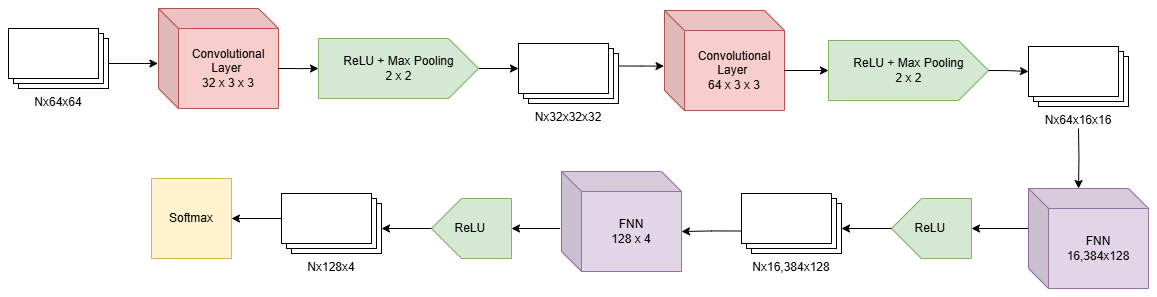
Before: App/Pictures For Report/brain_predictor.drawio.png, a diagram exported from draw.io (cagintunc/HealthcareApp). Source tidied: cells renumbered, new cells last; positions are measured from the earlier drawing's top-left corner, leaving out a move shared by most shapes. The source it was exported from:
```xml
<mxGraphModel>
  <root>
    <mxCell id="0" />
    <mxCell id="1" parent="0" />
    <mxCell id="2" value="Nx64x64" style="verticalLabelPosition=bottom;verticalAlign=top;html=1;shape=mxgraph.basic.layered_rect;dx=10;outlineConnect=0;whiteSpace=wrap;" parent="1" vertex="1">
      <mxGeometry y="20" width="100" height="60" as="geometry" />
    </mxCell>
    <mxCell id="3" value="Convolutional Layer&amp;nbsp;&lt;div&gt;32 x 3 x 3&lt;/div&gt;" style="shape=cube;whiteSpace=wrap;html=1;boundedLbl=1;backgroundOutline=1;darkOpacity=0.05;darkOpacity2=0.1;fillColor=#f8cecc;strokeColor=#b85450;" parent="1" vertex="1">
      <mxGeometry x="150" width="120" height="100" as="geometry" />
    </mxCell>
    <mxCell id="4" value="Convolutional Layer&amp;nbsp;&lt;div&gt;64 x 3 x 3&lt;/div&gt;" style="shape=cube;whiteSpace=wrap;html=1;boundedLbl=1;backgroundOutline=1;darkOpacity=0.05;darkOpacity2=0.1;fillColor=#f8cecc;strokeColor=#b85450;" parent="1" vertex="1">
      <mxGeometry x="656" y="2" width="120" height="100" as="geometry" />
    </mxCell>
    <mxCell id="5" style="edgeStyle=orthogonalEdgeStyle;rounded=0;jettySize=auto;html=1;exitX=1;exitY=0.5;exitDx=0;exitDy=0;exitPerimeter=0;entryX=0;entryY=0;entryDx=0;entryDy=25.000000000000004;entryPerimeter=0;" parent="1" edge="1" source="6" target="9">
      <mxGeometry relative="1" as="geometry" />
    </mxCell>
    <mxCell id="6" value="ReLU + Max Pooling&lt;br&gt;&lt;div&gt;2 x 2&lt;/div&gt;" style="html=1;shadow=0;dashed=0;align=center;verticalAlign=middle;shape=mxgraph.arrows2.arrow;dy=0;dx=30;notch=0;fillColor=#d5e8d4;strokeColor=#82b366;" parent="1" vertex="1">
      <mxGeometry x="310" y="30" width="160" height="60" as="geometry" />
    </mxCell>
    <mxCell id="7" style="edgeStyle=orthogonalEdgeStyle;rounded=0;jettySize=auto;html=1;exitX=0;exitY=0;exitDx=100;exitDy=35;exitPerimeter=0;entryX=-0.005;entryY=0.55;entryDx=0;entryDy=0;entryPerimeter=0;" parent="1" edge="1" source="2" target="3">
      <mxGeometry relative="1" as="geometry" />
    </mxCell>
    <mxCell id="8" style="edgeStyle=orthogonalEdgeStyle;rounded=0;jettySize=auto;html=1;exitX=0;exitY=0;exitDx=120.00000000000001;exitDy=60;exitPerimeter=0;entryX=0;entryY=0.5;entryDx=0;entryDy=0;entryPerimeter=0;" parent="1" edge="1" source="3">
      <mxGeometry relative="1" as="geometry">
        <mxPoint x="310" y="60" as="targetPoint" />
      </mxGeometry>
    </mxCell>
    <mxCell id="9" value="Nx32x32x32" style="verticalLabelPosition=bottom;verticalAlign=top;html=1;shape=mxgraph.basic.layered_rect;dx=10;outlineConnect=0;whiteSpace=wrap;" parent="1" vertex="1">
      <mxGeometry x="510" y="35" width="100" height="60" as="geometry" />
    </mxCell>
    <mxCell id="10" style="edgeStyle=orthogonalEdgeStyle;rounded=0;jettySize=auto;html=1;exitX=0;exitY=0;exitDx=100;exitDy=22.5;exitPerimeter=0;entryX=-0.004;entryY=0.556;entryDx=0;entryDy=0;entryPerimeter=0;" parent="1" edge="1" source="9" target="4">
      <mxGeometry relative="1" as="geometry" />
    </mxCell>
    <mxCell id="11" value="ReLU + Max Pooling&lt;br&gt;&lt;div&gt;2 x 2&lt;/div&gt;" style="html=1;shadow=0;dashed=0;align=center;verticalAlign=middle;shape=mxgraph.arrows2.arrow;dy=0;dx=30;notch=0;fillColor=#d5e8d4;strokeColor=#82b366;" parent="1" vertex="1">
      <mxGeometry x="820" y="32" width="160" height="60" as="geometry" />
    </mxCell>
    <mxCell id="12" value="Nx64x16x16" style="verticalLabelPosition=bottom;verticalAlign=top;html=1;shape=mxgraph.basic.layered_rect;dx=10;outlineConnect=0;whiteSpace=wrap;" parent="1" vertex="1">
      <mxGeometry x="1020" y="38" width="100" height="60" as="geometry" />
    </mxCell>
    <mxCell id="13" style="edgeStyle=orthogonalEdgeStyle;rounded=0;jettySize=auto;html=1;exitX=0;exitY=0;exitDx=120;exitDy=60;exitPerimeter=0;entryX=0;entryY=0.5;entryDx=0;entryDy=0;entryPerimeter=0;" parent="1" edge="1" source="4" target="11">
      <mxGeometry relative="1" as="geometry" />
    </mxCell>
    <mxCell id="14" style="edgeStyle=orthogonalEdgeStyle;rounded=0;jettySize=auto;html=1;exitX=1;exitY=0.5;exitDx=0;exitDy=0;exitPerimeter=0;entryX=0;entryY=0;entryDx=0;entryDy=25;entryPerimeter=0;" parent="1" edge="1" source="11" target="12">
      <mxGeometry relative="1" as="geometry" />
    </mxCell>
    <mxCell id="15" style="edgeStyle=orthogonalEdgeStyle;rounded=0;jettySize=auto;html=1;exitX=0;exitY=0;exitDx=0;exitDy=40;exitPerimeter=0;" parent="1" edge="1" source="16" target="19">
      <mxGeometry relative="1" as="geometry" />
    </mxCell>
    <mxCell id="16" value="FNN&lt;br&gt;&lt;div&gt;16,384x128&lt;/div&gt;" style="shape=cube;whiteSpace=wrap;html=1;boundedLbl=1;backgroundOutline=1;darkOpacity=0.05;darkOpacity2=0.1;fillColor=#e1d5e7;strokeColor=#9673a6;" parent="1" vertex="1">
      <mxGeometry x="1020" y="180" width="120" height="100" as="geometry" />
    </mxCell>
    <mxCell id="17" style="edgeStyle=orthogonalEdgeStyle;rounded=0;jettySize=auto;html=1;entryX=0;entryY=0;entryDx=50;entryDy=0;entryPerimeter=0;" parent="1" edge="1" target="16">
      <mxGeometry relative="1" as="geometry">
        <mxPoint x="1070" y="120" as="sourcePoint" />
      </mxGeometry>
    </mxCell>
    <mxCell id="18" value="Nx16,384x128" style="verticalLabelPosition=bottom;verticalAlign=top;html=1;shape=mxgraph.basic.layered_rect;dx=10;outlineConnect=0;whiteSpace=wrap;" parent="1" vertex="1">
      <mxGeometry x="733" y="185" width="100" height="60" as="geometry" />
    </mxCell>
    <mxCell id="19" value="ReLU&amp;nbsp;" style="html=1;shadow=0;dashed=0;align=center;verticalAlign=middle;shape=mxgraph.arrows2.arrow;dy=0;dx=30;notch=0;direction=west;fillColor=#d5e8d4;strokeColor=#82b366;" parent="1" vertex="1">
      <mxGeometry x="883" y="190" width="80" height="60" as="geometry" />
    </mxCell>
    <mxCell id="20" style="edgeStyle=orthogonalEdgeStyle;rounded=0;jettySize=auto;html=1;exitX=1;exitY=0.5;exitDx=0;exitDy=0;exitPerimeter=0;entryX=0;entryY=0;entryDx=100;entryDy=35;entryPerimeter=0;" parent="1" edge="1" source="19" target="18">
      <mxGeometry relative="1" as="geometry" />
    </mxCell>
    <mxCell id="21" style="edgeStyle=orthogonalEdgeStyle;rounded=0;jettySize=auto;html=1;exitX=-0.011;exitY=0.57;exitDx=0;exitDy=0;exitPerimeter=0;" parent="1" edge="1" source="22" target="23">
      <mxGeometry relative="1" as="geometry" />
    </mxCell>
    <mxCell id="22" value="FNN&lt;br&gt;&lt;div&gt;128 x 4&lt;/div&gt;" style="shape=cube;whiteSpace=wrap;html=1;boundedLbl=1;backgroundOutline=1;darkOpacity=0.05;darkOpacity2=0.1;fillColor=#e1d5e7;strokeColor=#9673a6;" parent="1" vertex="1">
      <mxGeometry x="553" y="163" width="120" height="100" as="geometry" />
    </mxCell>
    <mxCell id="23" value="ReLU&amp;nbsp;" style="html=1;shadow=0;dashed=0;align=center;verticalAlign=middle;shape=mxgraph.arrows2.arrow;dy=0;dx=30;notch=0;direction=west;fillColor=#d5e8d4;strokeColor=#82b366;" parent="1" vertex="1">
      <mxGeometry x="423" y="190" width="80" height="60" as="geometry" />
    </mxCell>
    <mxCell id="24" style="edgeStyle=orthogonalEdgeStyle;rounded=0;jettySize=auto;html=1;exitX=0;exitY=0;exitDx=0;exitDy=37.49999999999999;exitPerimeter=0;entryX=0;entryY=0;entryDx=120.00000000000001;entryDy=60;entryPerimeter=0;" parent="1" edge="1" source="18" target="22">
      <mxGeometry relative="1" as="geometry" />
    </mxCell>
    <mxCell id="25" style="edgeStyle=orthogonalEdgeStyle;rounded=0;jettySize=auto;html=1;exitX=0;exitY=0;exitDx=0;exitDy=25.000000000000004;exitPerimeter=0;entryX=1;entryY=0.5;entryDx=0;entryDy=0;" parent="1" edge="1" source="26" target="27">
      <mxGeometry relative="1" as="geometry" />
    </mxCell>
    <mxCell id="26" value="Nx128x4" style="verticalLabelPosition=bottom;verticalAlign=top;html=1;shape=mxgraph.basic.layered_rect;dx=10;outlineConnect=0;whiteSpace=wrap;" parent="1" vertex="1">
      <mxGeometry x="273" y="185" width="100" height="60" as="geometry" />
    </mxCell>
    <mxCell id="27" value="Softmax" style="whiteSpace=wrap;html=1;fillColor=#fff2cc;strokeColor=#d6b656;" parent="1" vertex="1">
      <mxGeometry x="143" y="170" width="80" height="80" as="geometry" />
    </mxCell>
    <mxCell id="28" style="edgeStyle=orthogonalEdgeStyle;rounded=0;jettySize=auto;html=1;exitX=1;exitY=0.5;exitDx=0;exitDy=0;exitPerimeter=0;entryX=0;entryY=0;entryDx=100;entryDy=35;entryPerimeter=0;" parent="1" edge="1" source="23" target="26">
      <mxGeometry relative="1" as="geometry" />
    </mxCell>
  </root>
</mxGraphModel>
```
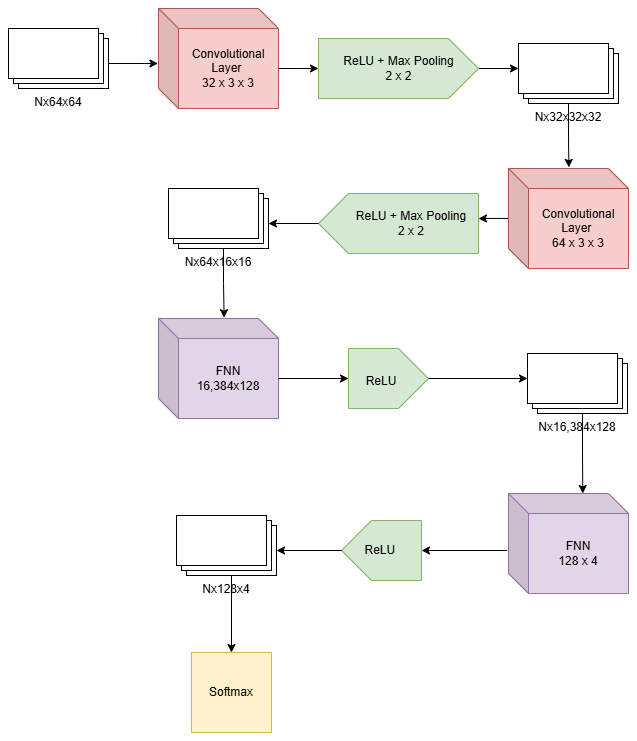
The same file after the commit.

Change to the diagram source:
```diff
@@ -9,7 +9,7 @@
       <mxGeometry x="150" width="120" height="100" as="geometry" />
     </mxCell>
     <mxCell id="4" value="Convolutional Layer&amp;nbsp;&lt;div&gt;64 x 3 x 3&lt;/div&gt;" style="shape=cube;whiteSpace=wrap;html=1;boundedLbl=1;backgroundOutline=1;darkOpacity=0.05;darkOpacity2=0.1;fillColor=#f8cecc;strokeColor=#b85450;" parent="1" vertex="1">
-      <mxGeometry x="656" y="2" width="120" height="100" as="geometry" />
+      <mxGeometry x="500" y="160" width="120" height="100" as="geometry" />
     </mxCell>
     <mxCell id="5" style="edgeStyle=orthogonalEdgeStyle;rounded=0;jettySize=auto;html=1;exitX=1;exitY=0.5;exitDx=0;exitDy=0;exitPerimeter=0;entryX=0;entryY=0;entryDx=0;entryDy=25.000000000000004;entryPerimeter=0;" parent="1" edge="1" source="6" target="9">
       <mxGeometry relative="1" as="geometry" />
@@ -28,64 +28,73 @@
     <mxCell id="9" value="Nx32x32x32" style="verticalLabelPosition=bottom;verticalAlign=top;html=1;shape=mxgraph.basic.layered_rect;dx=10;outlineConnect=0;whiteSpace=wrap;" parent="1" vertex="1">
       <mxGeometry x="510" y="35" width="100" height="60" as="geometry" />
     </mxCell>
-    <mxCell id="10" style="edgeStyle=orthogonalEdgeStyle;rounded=0;jettySize=auto;html=1;exitX=0;exitY=0;exitDx=100;exitDy=22.5;exitPerimeter=0;entryX=-0.004;entryY=0.556;entryDx=0;entryDy=0;entryPerimeter=0;" parent="1" edge="1" source="9" target="4">
+    <mxCell id="10" style="edgeStyle=orthogonalEdgeStyle;rounded=0;jettySize=auto;html=1;entryX=0.503;entryY=-0.011;entryDx=0;entryDy=0;entryPerimeter=0;" parent="1" edge="1" source="9" target="4">
       <mxGeometry relative="1" as="geometry" />
     </mxCell>
-    <mxCell id="11" value="ReLU + Max Pooling&lt;br&gt;&lt;div&gt;2 x 2&lt;/div&gt;" style="html=1;shadow=0;dashed=0;align=center;verticalAlign=middle;shape=mxgraph.arrows2.arrow;dy=0;dx=30;notch=0;fillColor=#d5e8d4;strokeColor=#82b366;" parent="1" vertex="1">
-      <mxGeometry x="820" y="32" width="160" height="60" as="geometry" />
+    <mxCell id="11" style="html=1;shadow=0;dashed=0;align=center;verticalAlign=middle;shape=mxgraph.arrows2.arrow;dy=0;dx=30;notch=0;fillColor=#d5e8d4;strokeColor=#82b366;rotation=-180;" parent="1" vertex="1">
+      <mxGeometry x="310" y="185" width="160" height="60" as="geometry" />
     </mxCell>
     <mxCell id="12" value="Nx64x16x16" style="verticalLabelPosition=bottom;verticalAlign=top;html=1;shape=mxgraph.basic.layered_rect;dx=10;outlineConnect=0;whiteSpace=wrap;" parent="1" vertex="1">
-      <mxGeometry x="1020" y="38" width="100" height="60" as="geometry" />
+      <mxGeometry x="160" y="180" width="100" height="60" as="geometry" />
     </mxCell>
-    <mxCell id="13" style="edgeStyle=orthogonalEdgeStyle;rounded=0;jettySize=auto;html=1;exitX=0;exitY=0;exitDx=120;exitDy=60;exitPerimeter=0;entryX=0;entryY=0.5;entryDx=0;entryDy=0;entryPerimeter=0;" parent="1" edge="1" source="4" target="11">
-      <mxGeometry relative="1" as="geometry" />
+    <mxCell id="13" style="edgeStyle=orthogonalEdgeStyle;rounded=0;jettySize=auto;html=1;exitX=-0.004;exitY=0.499;exitDx=0;exitDy=0;exitPerimeter=0;" parent="1" edge="1" source="4">
+      <mxGeometry relative="1" as="geometry">
+        <mxPoint x="470" y="210" as="targetPoint" />
+        <Array as="points">
+          <mxPoint x="470" y="210" />
+        </Array>
+      </mxGeometry>
     </mxCell>
-    <mxCell id="14" style="edgeStyle=orthogonalEdgeStyle;rounded=0;jettySize=auto;html=1;exitX=1;exitY=0.5;exitDx=0;exitDy=0;exitPerimeter=0;entryX=0;entryY=0;entryDx=0;entryDy=25;entryPerimeter=0;" parent="1" edge="1" source="11" target="12">
-      <mxGeometry relative="1" as="geometry" />
-    </mxCell>
-    <mxCell id="15" style="edgeStyle=orthogonalEdgeStyle;rounded=0;jettySize=auto;html=1;exitX=0;exitY=0;exitDx=0;exitDy=40;exitPerimeter=0;" parent="1" edge="1" source="16" target="19">
-      <mxGeometry relative="1" as="geometry" />
-    </mxCell>
     <mxCell id="16" value="FNN&lt;br&gt;&lt;div&gt;16,384x128&lt;/div&gt;" style="shape=cube;whiteSpace=wrap;html=1;boundedLbl=1;backgroundOutline=1;darkOpacity=0.05;darkOpacity2=0.1;fillColor=#e1d5e7;strokeColor=#9673a6;" parent="1" vertex="1">
-      <mxGeometry x="1020" y="180" width="120" height="100" as="geometry" />
+      <mxGeometry x="150" y="310" width="120" height="100" as="geometry" />
     </mxCell>
-    <mxCell id="17" style="edgeStyle=orthogonalEdgeStyle;rounded=0;jettySize=auto;html=1;entryX=0;entryY=0;entryDx=50;entryDy=0;entryPerimeter=0;" parent="1" edge="1" target="16">
-      <mxGeometry relative="1" as="geometry">
-        <mxPoint x="1070" y="120" as="sourcePoint" />
-      </mxGeometry>
-    </mxCell>
     <mxCell id="18" value="Nx16,384x128" style="verticalLabelPosition=bottom;verticalAlign=top;html=1;shape=mxgraph.basic.layered_rect;dx=10;outlineConnect=0;whiteSpace=wrap;" parent="1" vertex="1">
-      <mxGeometry x="733" y="185" width="100" height="60" as="geometry" />
+      <mxGeometry x="519" y="345" width="100" height="60" as="geometry" />
     </mxCell>
-    <mxCell id="19" value="ReLU&amp;nbsp;" style="html=1;shadow=0;dashed=0;align=center;verticalAlign=middle;shape=mxgraph.arrows2.arrow;dy=0;dx=30;notch=0;direction=west;fillColor=#d5e8d4;strokeColor=#82b366;" parent="1" vertex="1">
-      <mxGeometry x="883" y="190" width="80" height="60" as="geometry" />
+    <mxCell id="19" style="html=1;shadow=0;dashed=0;align=center;verticalAlign=middle;shape=mxgraph.arrows2.arrow;dy=0;dx=30;notch=0;direction=west;fillColor=#d5e8d4;strokeColor=#82b366;rotation=-180;" parent="1" vertex="1">
+      <mxGeometry x="340" y="340" width="80" height="60" as="geometry" />
     </mxCell>
-    <mxCell id="20" style="edgeStyle=orthogonalEdgeStyle;rounded=0;jettySize=auto;html=1;exitX=1;exitY=0.5;exitDx=0;exitDy=0;exitPerimeter=0;entryX=0;entryY=0;entryDx=100;entryDy=35;entryPerimeter=0;" parent="1" edge="1" source="19" target="18">
-      <mxGeometry relative="1" as="geometry" />
-    </mxCell>
     <mxCell id="21" style="edgeStyle=orthogonalEdgeStyle;rounded=0;jettySize=auto;html=1;exitX=-0.011;exitY=0.57;exitDx=0;exitDy=0;exitPerimeter=0;" parent="1" edge="1" source="22" target="23">
       <mxGeometry relative="1" as="geometry" />
     </mxCell>
     <mxCell id="22" value="FNN&lt;br&gt;&lt;div&gt;128 x 4&lt;/div&gt;" style="shape=cube;whiteSpace=wrap;html=1;boundedLbl=1;backgroundOutline=1;darkOpacity=0.05;darkOpacity2=0.1;fillColor=#e1d5e7;strokeColor=#9673a6;" parent="1" vertex="1">
-      <mxGeometry x="553" y="163" width="120" height="100" as="geometry" />
+      <mxGeometry x="500" y="485" width="120" height="100" as="geometry" />
     </mxCell>
     <mxCell id="23" value="ReLU&amp;nbsp;" style="html=1;shadow=0;dashed=0;align=center;verticalAlign=middle;shape=mxgraph.arrows2.arrow;dy=0;dx=30;notch=0;direction=west;fillColor=#d5e8d4;strokeColor=#82b366;" parent="1" vertex="1">
-      <mxGeometry x="423" y="190" width="80" height="60" as="geometry" />
+      <mxGeometry x="333" y="512" width="80" height="60" as="geometry" />
     </mxCell>
-    <mxCell id="24" style="edgeStyle=orthogonalEdgeStyle;rounded=0;jettySize=auto;html=1;exitX=0;exitY=0;exitDx=0;exitDy=37.49999999999999;exitPerimeter=0;entryX=0;entryY=0;entryDx=120.00000000000001;entryDy=60;entryPerimeter=0;" parent="1" edge="1" source="18" target="22">
-      <mxGeometry relative="1" as="geometry" />
-    </mxCell>
-    <mxCell id="25" style="edgeStyle=orthogonalEdgeStyle;rounded=0;jettySize=auto;html=1;exitX=0;exitY=0;exitDx=0;exitDy=25.000000000000004;exitPerimeter=0;entryX=1;entryY=0.5;entryDx=0;entryDy=0;" parent="1" edge="1" source="26" target="27">
+    <mxCell id="25" style="edgeStyle=orthogonalEdgeStyle;rounded=0;jettySize=auto;html=1;exitX=0;exitY=0;exitDx=55;exitDy=60;exitPerimeter=0;entryX=0.5;entryY=0;entryDx=0;entryDy=0;" parent="1" edge="1" source="26" target="27">
       <mxGeometry relative="1" as="geometry" />
     </mxCell>
     <mxCell id="26" value="Nx128x4" style="verticalLabelPosition=bottom;verticalAlign=top;html=1;shape=mxgraph.basic.layered_rect;dx=10;outlineConnect=0;whiteSpace=wrap;" parent="1" vertex="1">
-      <mxGeometry x="273" y="185" width="100" height="60" as="geometry" />
+      <mxGeometry x="168" y="507" width="100" height="60" as="geometry" />
     </mxCell>
     <mxCell id="27" value="Softmax" style="whiteSpace=wrap;html=1;fillColor=#fff2cc;strokeColor=#d6b656;" parent="1" vertex="1">
-      <mxGeometry x="143" y="170" width="80" height="80" as="geometry" />
+      <mxGeometry x="183" y="644" width="80" height="80" as="geometry" />
     </mxCell>
     <mxCell id="28" style="edgeStyle=orthogonalEdgeStyle;rounded=0;jettySize=auto;html=1;exitX=1;exitY=0.5;exitDx=0;exitDy=0;exitPerimeter=0;entryX=0;entryY=0;entryDx=100;entryDy=35;entryPerimeter=0;" parent="1" edge="1" source="23" target="26">
       <mxGeometry relative="1" as="geometry" />
     </mxCell>
+    <mxCell id="14" style="edgeStyle=orthogonalEdgeStyle;rounded=0;jettySize=auto;html=1;exitX=1;exitY=0.5;exitDx=0;exitDy=0;exitPerimeter=0;entryX=0;entryY=0;entryDx=100;entryDy=35;entryPerimeter=0;" parent="1" edge="1" source="11" target="12">
+      <mxGeometry relative="1" as="geometry" />
+    </mxCell>
+    <mxCell id="29" value="&lt;span style=&quot;text-wrap-mode: nowrap;&quot;&gt;ReLU + Max Pooling&lt;/span&gt;&lt;div&gt;&lt;span style=&quot;text-wrap-mode: nowrap; background-color: transparent; color: light-dark(rgb(0, 0, 0), rgb(255, 255, 255));&quot;&gt;2 x 2&lt;/span&gt;&lt;/div&gt;" style="text;html=1;align=center;verticalAlign=middle;whiteSpace=wrap;rounded=0;" parent="1" vertex="1">
+      <mxGeometry x="373" y="200" width="60" height="30" as="geometry" />
+    </mxCell>
+    <mxCell id="30" value="&lt;span style=&quot;text-wrap-mode: nowrap;&quot;&gt;ReLU&lt;/span&gt;" style="text;html=1;align=center;verticalAlign=middle;whiteSpace=wrap;rounded=0;" parent="1" vertex="1">
+      <mxGeometry x="343" y="358" width="60" height="30" as="geometry" />
+    </mxCell>
+    <mxCell id="15" style="edgeStyle=orthogonalEdgeStyle;rounded=0;jettySize=auto;html=1;exitX=0;exitY=0;exitDx=120;exitDy=60;exitPerimeter=0;entryX=0;entryY=0.5;entryDx=0;entryDy=0;entryPerimeter=0;" parent="1" edge="1" source="16" target="19">
+      <mxGeometry relative="1" as="geometry" />
+    </mxCell>
+    <mxCell id="31" style="edgeStyle=orthogonalEdgeStyle;rounded=0;jettySize=auto;html=1;exitX=0;exitY=0;exitDx=55;exitDy=60;exitPerimeter=0;entryX=0.547;entryY=-0.008;entryDx=0;entryDy=0;entryPerimeter=0;" parent="1" edge="1" source="12" target="16">
+      <mxGeometry relative="1" as="geometry" />
+    </mxCell>
+    <mxCell id="20" style="edgeStyle=orthogonalEdgeStyle;rounded=0;jettySize=auto;html=1;exitX=1;exitY=0.5;exitDx=0;exitDy=0;exitPerimeter=0;entryX=0;entryY=0;entryDx=0;entryDy=25;entryPerimeter=0;" parent="1" edge="1" source="19" target="18">
+      <mxGeometry relative="1" as="geometry" />
+    </mxCell>
+    <mxCell id="24" style="edgeStyle=orthogonalEdgeStyle;rounded=0;jettySize=auto;html=1;exitX=0;exitY=0;exitDx=55;exitDy=60;exitPerimeter=0;entryX=0.619;entryY=0;entryDx=0;entryDy=0;entryPerimeter=0;" parent="1" edge="1" source="18" target="22">
+      <mxGeometry relative="1" as="geometry" />
+    </mxCell>
   </root>
 </mxGraphModel>
```
